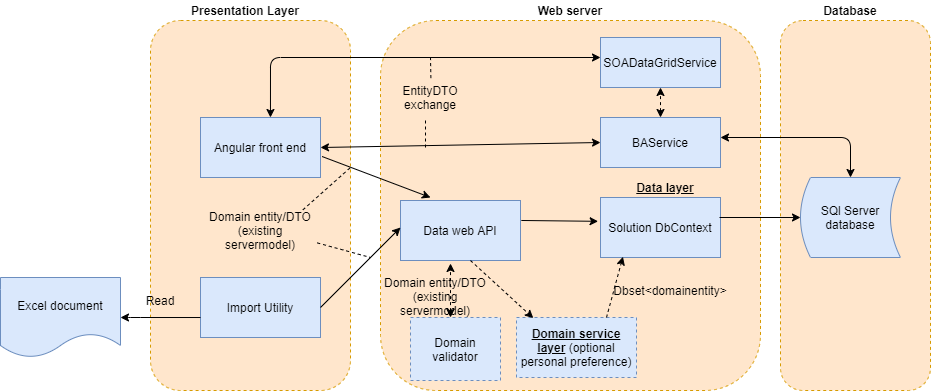
Earlier version of the draw.io export notebooks/importchangeshld.png (tinks70/mynotebooks). Source tidied: cells renumbered, new cells last; positions are measured from the earlier drawing's top-left corner, leaving out a move shared by most shapes.
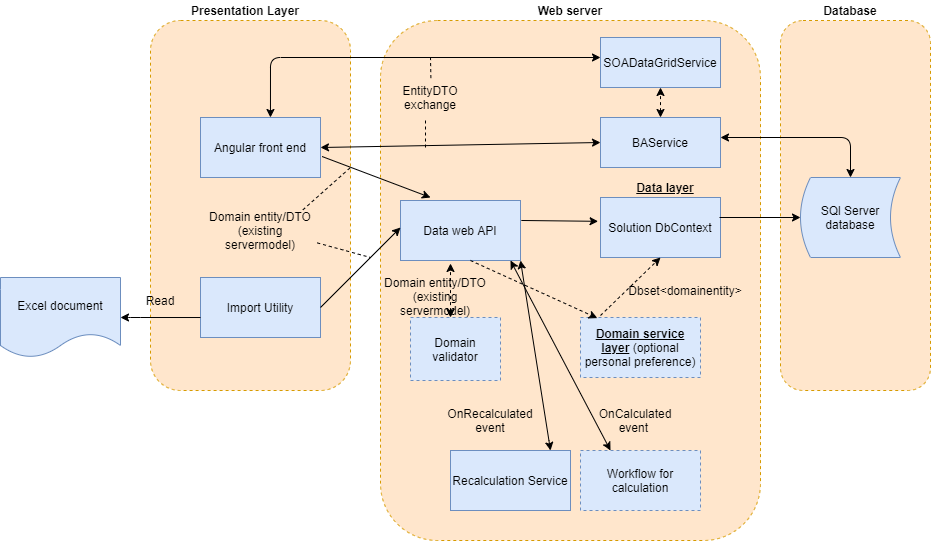
After the change.

Change to the diagram source:
```diff
@@ -6,7 +6,7 @@
       <mxGeometry x="780" y="20" width="150" height="370" as="geometry" />
     </mxCell>
     <mxCell id="3" style="rounded=1;whiteSpace=wrap;html=1;dashed=1;fillColor=#ffe6cc;strokeColor=#d79b00;" parent="1" vertex="1">
-      <mxGeometry x="380" y="20" width="380" height="370" as="geometry" />
+      <mxGeometry x="380" y="20" width="380" height="520" as="geometry" />
     </mxCell>
     <mxCell id="4" style="rounded=1;whiteSpace=wrap;html=1;dashed=1;fillColor=#ffe6cc;strokeColor=#d79b00;" parent="1" vertex="1">
       <mxGeometry x="150" y="20" width="200" height="370" as="geometry" />
@@ -122,19 +122,16 @@
       </mxGeometry>
     </mxCell>
     <mxCell id="29" value="&lt;b&gt;&lt;u&gt;Domain service layer&lt;/u&gt;&lt;/b&gt; (optional personal preference)" style="rounded=0;whiteSpace=wrap;html=1;dashed=1;fillColor=#dae8fc;strokeColor=#6c8ebf;" parent="1" vertex="1">
-      <mxGeometry x="516" y="317" width="120" height="60" as="geometry" />
+      <mxGeometry x="580" y="317" width="120" height="60" as="geometry" />
     </mxCell>
     <mxCell id="30" style="endArrow=classic;html=1;dashed=1;exitX=0.583;exitY=1;exitDx=0;exitDy=0;exitPerimeter=0;entryX=0.14;entryY=0.01;entryDx=0;entryDy=0;entryPerimeter=0;" parent="1" edge="1" source="8" target="29">
       <mxGeometry relative="1" as="geometry" />
     </mxCell>
-    <mxCell id="31" style="endArrow=classic;html=1;dashed=1;exitX=0.75;exitY=0;exitDx=0;exitDy=0;entryX=0.187;entryY=0.987;entryDx=0;entryDy=0;entryPerimeter=0;" parent="1" edge="1" source="29" target="9">
-      <mxGeometry relative="1" as="geometry" />
-    </mxCell>
     <mxCell id="32" value="Domain entity/DTO (existing servermodel)" style="text;html=1;strokeColor=none;fillColor=none;align=center;verticalAlign=middle;whiteSpace=wrap;rounded=0;" parent="1" vertex="1">
       <mxGeometry x="380" y="266" width="110" height="60" as="geometry" />
     </mxCell>
     <mxCell id="33" value="Dbset&amp;lt;domainentity&amp;gt;" style="text;html=1;strokeColor=none;fillColor=none;align=center;verticalAlign=middle;whiteSpace=wrap;rounded=0;dashed=1;" parent="1" vertex="1">
-      <mxGeometry x="620" y="270" width="100" height="40" as="geometry" />
+      <mxGeometry x="640" y="270" width="90" height="40" as="geometry" />
     </mxCell>
     <mxCell id="34" value="&lt;b&gt;Presentation Layer&lt;/b&gt;" style="text;html=1;strokeColor=none;fillColor=none;align=center;verticalAlign=middle;whiteSpace=wrap;rounded=0;dashed=1;" parent="1" vertex="1">
       <mxGeometry x="170" width="150" height="20" as="geometry" />
@@ -157,5 +154,34 @@
         <mxPoint x="450" y="263" as="targetPoint" />
       </mxGeometry>
     </mxCell>
+    <mxCell id="40" style="endArrow=classic;html=1;dashed=1;entryX=0.5;entryY=1;entryDx=0;entryDy=0;" parent="1" edge="1" target="9">
+      <mxGeometry relative="1" as="geometry">
+        <mxPoint x="600" y="315" as="sourcePoint" />
+      </mxGeometry>
+    </mxCell>
+    <mxCell id="41" style="endArrow=classic;startArrow=classic;html=1;exitX=1;exitY=1;exitDx=0;exitDy=0;" parent="1" edge="1" source="8" target="42">
+      <mxGeometry relative="1" as="geometry">
+        <Array as="points">
+          <mxPoint x="550" y="450" />
+        </Array>
+      </mxGeometry>
+    </mxCell>
+    <mxCell id="42" value="Recalculation Service" style="rounded=0;whiteSpace=wrap;html=1;fillColor=#dae8fc;strokeColor=#6c8ebf;" parent="1" vertex="1">
+      <mxGeometry x="450" y="450" width="120" height="60" as="geometry" />
+    </mxCell>
+    <mxCell id="43" value="Workflow for calculation" style="rounded=0;whiteSpace=wrap;html=1;dashed=1;fillColor=#dae8fc;strokeColor=#6c8ebf;" parent="1" vertex="1">
+      <mxGeometry x="580" y="450" width="120" height="60" as="geometry" />
+    </mxCell>
+    <mxCell id="44" style="endArrow=classic;startArrow=classic;html=1;exitX=0.25;exitY=0;exitDx=0;exitDy=0;" parent="1" edge="1" source="43">
+      <mxGeometry relative="1" as="geometry">
+        <mxPoint x="510" y="260" as="targetPoint" />
+      </mxGeometry>
+    </mxCell>
+    <mxCell id="45" value="OnRecalculated event" style="text;html=1;strokeColor=none;fillColor=none;align=center;verticalAlign=middle;whiteSpace=wrap;rounded=0;dashed=1;" parent="1" vertex="1">
+      <mxGeometry x="440" y="410" width="100" height="20" as="geometry" />
+    </mxCell>
+    <mxCell id="46" value="OnCalculated event&amp;nbsp;" style="text;html=1;strokeColor=none;fillColor=none;align=center;verticalAlign=middle;whiteSpace=wrap;rounded=0;dashed=1;" parent="1" vertex="1">
+      <mxGeometry x="580" y="410" width="110" height="20" as="geometry" />
+    </mxCell>
   </root>
 </mxGraphModel>
```
